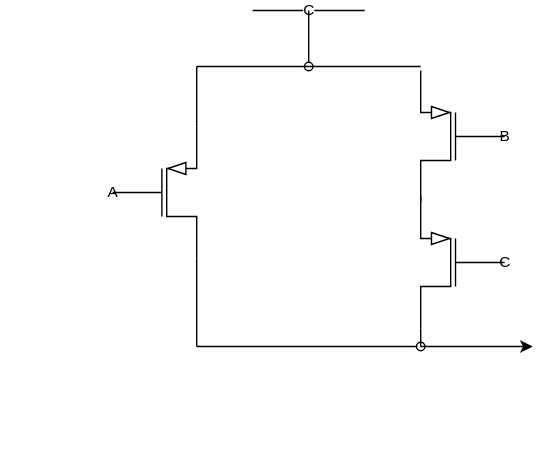
Above: drawio/11_abstract.drawio.svg in cd-public/hw_asm (draw.io), before the change. Source tidied: cells renumbered, new cells last; positions are measured from the earlier drawing's top-left corner, leaving out a move shared by most shapes.
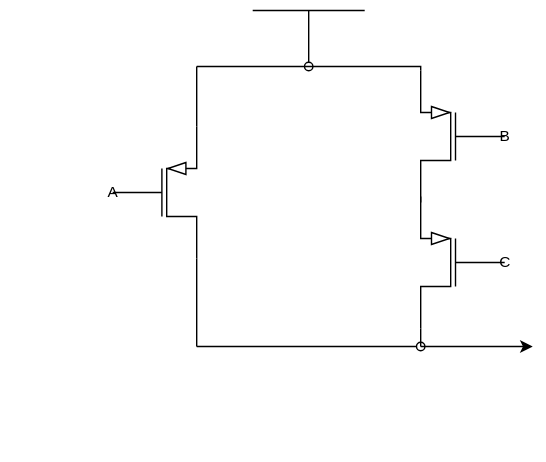
Later version of the same file.

What changed in the source:
```diff
@@ -2,7 +2,7 @@
   <root>
     <mxCell id="0" />
     <mxCell id="1" parent="0" />
-    <mxCell id="2" value="C" style="endArrow=none;html=1;rounded=0;defaultLabelBackgroundColor=gap;" parent="1" edge="1">
+    <mxCell id="2" style="endArrow=none;html=1;rounded=0;defaultLabelBackgroundColor=gap;" parent="1" edge="1">
       <mxGeometry relative="1" as="geometry">
         <mxPoint x="180" as="sourcePoint" />
         <mxPoint x="260" as="targetPoint" />
@@ -14,10 +14,12 @@
         <mxPoint x="220" as="targetPoint" />
       </mxGeometry>
     </mxCell>
-    <mxCell id="4" style="endArrow=none;html=1;rounded=0;defaultLabelBackgroundColor=gap;" parent="1" edge="1">
+    <mxCell id="4" style="endArrow=none;html=1;rounded=0;defaultLabelBackgroundColor=gap;entryX=1;entryY=0;entryDx=0;entryDy=0;entryPerimeter=0;" parent="1" edge="1" target="6">
       <mxGeometry relative="1" as="geometry">
         <mxPoint x="140" y="40" as="sourcePoint" />
-        <mxPoint x="300" y="40" as="targetPoint" />
+        <Array as="points">
+          <mxPoint x="300" y="40" />
+        </Array>
       </mxGeometry>
     </mxCell>
     <mxCell id="5" style="verticalLabelPosition=bottom;shadow=0;dashed=0;align=center;html=1;verticalAlign=top;shape=mxgraph.electrical.transistors.pmos;labelPerimeter=1;" parent="1" vertex="1">
```
